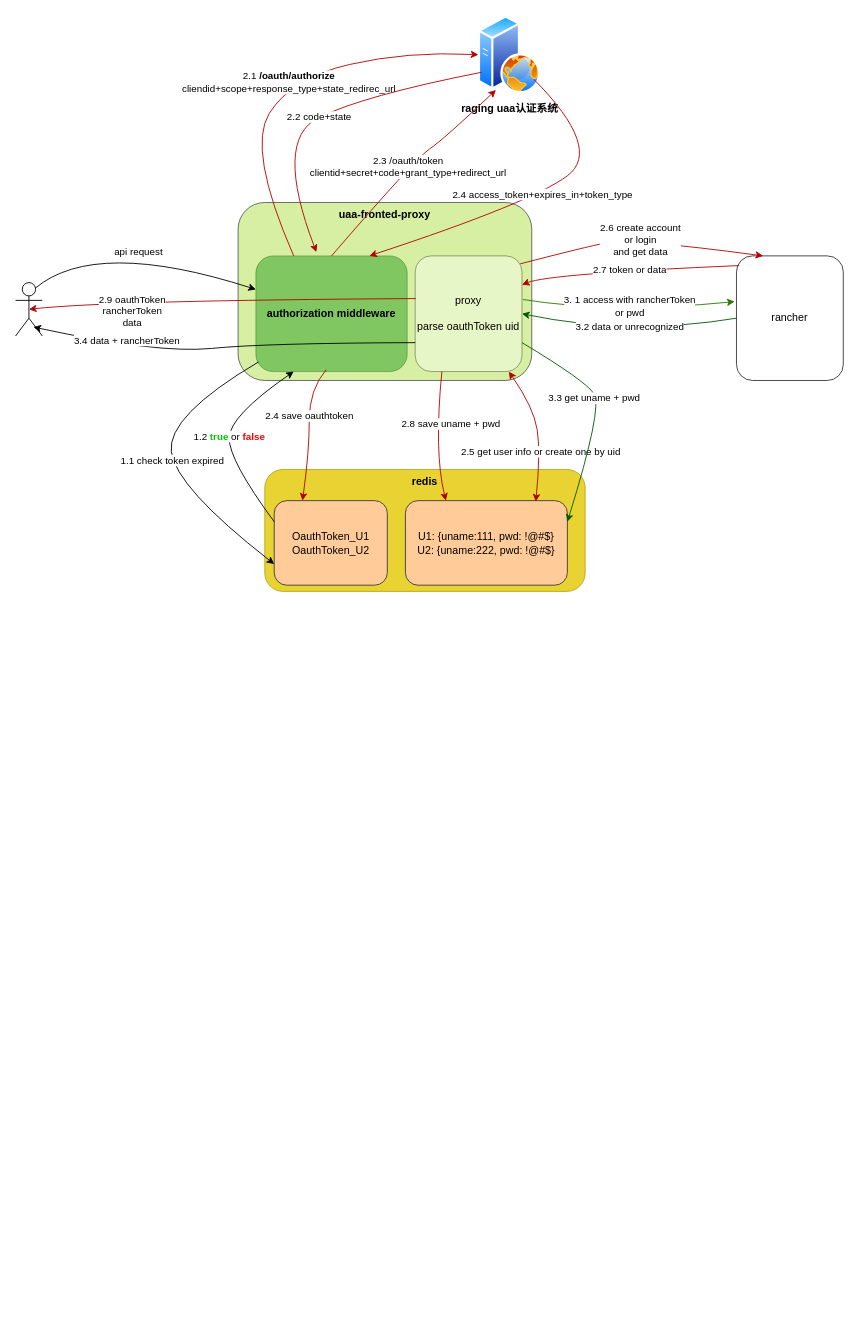
Before: uaa-fronted-proxy.drawio in guowenshuai/draw.io, a draw.io diagram. Source tidied: cells renumbered, new cells numbered last; positions are measured from the earlier drawing's top-left corner, leaving out a move shared by most shapes. Both pictures are drawn from the tidied source at 89%, with x=0, y=0 at pixel (15, 15).
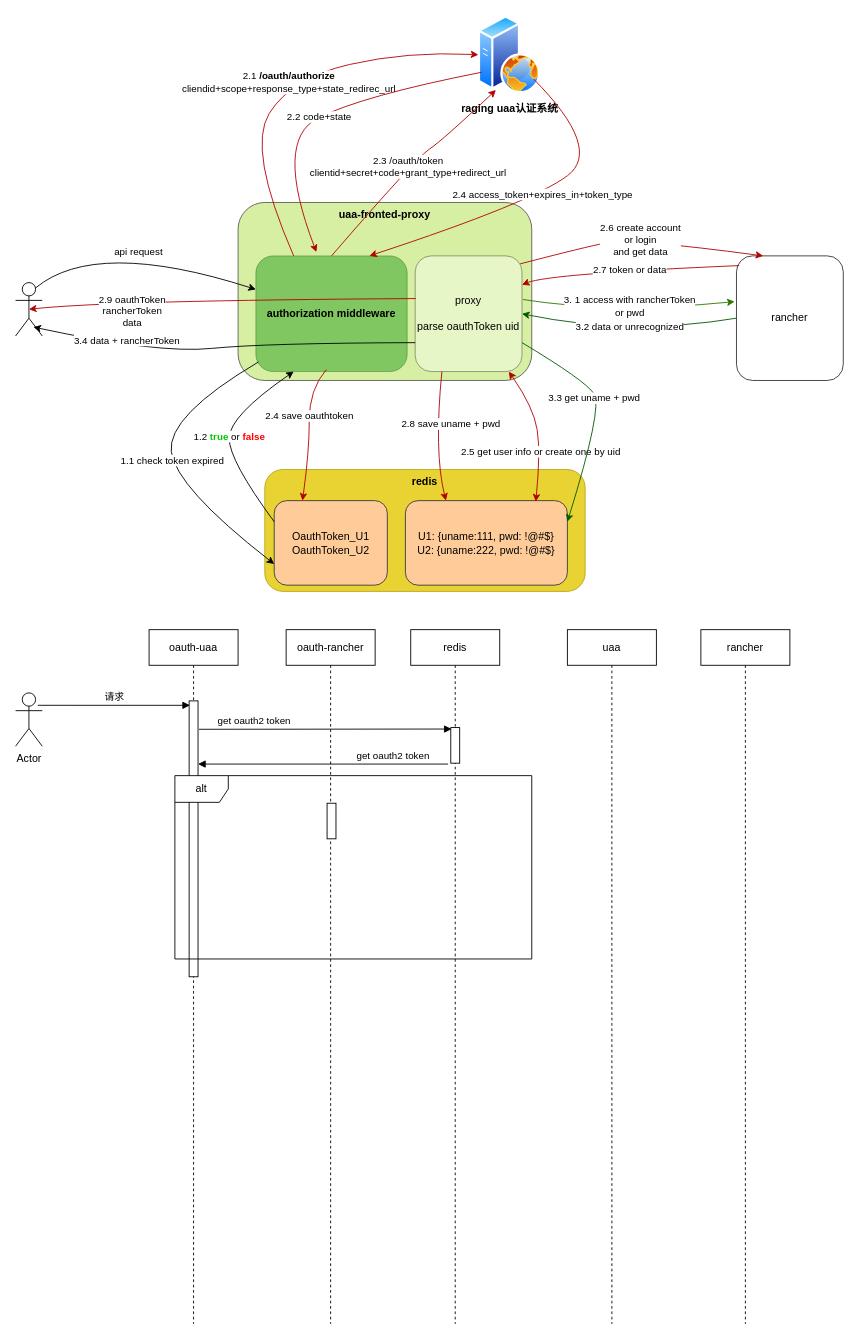
The same page after the edit.

The edit, as a diff of the source:
```diff
@@
+    <mxCell id="29" value="oauth-uaa" style="shape=umlLifeline;perimeter=lifelinePerimeter;whiteSpace=wrap;html=1;" parent="1" vertex="1">
+      <mxGeometry x="150" y="690" width="100" height="780" as="geometry" />
+    </mxCell>
+    <mxCell id="30" style="html=1;points=[];perimeter=orthogonalPerimeter;" parent="29" vertex="1">
+      <mxGeometry x="45" y="80" width="10" height="310" as="geometry" />
+    </mxCell>
+    <mxCell id="31" value="oauth-rancher" style="shape=umlLifeline;perimeter=lifelinePerimeter;whiteSpace=wrap;html=1;" parent="1" vertex="1">
+      <mxGeometry x="304" y="690" width="100" height="780" as="geometry" />
+    </mxCell>
+    <mxCell id="32" value="redis" style="shape=umlLifeline;perimeter=lifelinePerimeter;whiteSpace=wrap;html=1;" parent="1" vertex="1">
+      <mxGeometry x="444" y="690" width="100" height="780" as="geometry" />
+    </mxCell>
+    <mxCell id="33" style="html=1;points=[];perimeter=orthogonalPerimeter;" parent="32" vertex="1">
+      <mxGeometry x="45" y="110" width="10" height="40" as="geometry" />
+    </mxCell>
+    <mxCell id="34" value="uaa" style="shape=umlLifeline;perimeter=lifelinePerimeter;whiteSpace=wrap;html=1;" parent="1" vertex="1">
+      <mxGeometry x="620" y="690" width="100" height="780" as="geometry" />
+    </mxCell>
+    <mxCell id="35" value="rancher" style="shape=umlLifeline;perimeter=lifelinePerimeter;whiteSpace=wrap;html=1;" parent="1" vertex="1">
+      <mxGeometry x="770" y="690" width="100" height="780" as="geometry" />
+    </mxCell>
+    <mxCell id="36" value="Actor" style="shape=umlActor;verticalLabelPosition=bottom;labelBackgroundColor=#ffffff;verticalAlign=top;html=1;" parent="1" vertex="1">
+      <mxGeometry y="761" width="30" height="60" as="geometry" />
+    </mxCell>
+    <mxCell id="37" value="get oauth2 token" style="html=1;verticalAlign=bottom;endArrow=block;exitX=1.1;exitY=0.103;exitDx=0;exitDy=0;exitPerimeter=0;entryX=0.1;entryY=0.041;entryDx=0;entryDy=0;entryPerimeter=0;" parent="1" edge="1" source="30" target="33">
+      <mxGeometry x="-0.56" relative="1" as="geometry" />
+    </mxCell>
+    <mxCell id="38" value="请求" style="html=1;verticalAlign=bottom;endArrow=block;exitX=0.833;exitY=0.233;exitDx=0;exitDy=0;exitPerimeter=0;" parent="1" edge="1" source="36">
+      <mxGeometry relative="1" as="geometry">
+        <mxPoint x="196" y="775" as="targetPoint" />
+      </mxGeometry>
+    </mxCell>
+    <mxCell id="39" value="get oauth2 token" style="html=1;verticalAlign=bottom;endArrow=block;exitX=-0.3;exitY=1.025;exitDx=0;exitDy=0;exitPerimeter=0;" parent="1" edge="1" source="33">
+      <mxGeometry x="-0.56" relative="1" as="geometry">
+        <mxPoint x="205" y="841" as="targetPoint" />
+      </mxGeometry>
+    </mxCell>
+    <mxCell id="40" value="alt" style="shape=umlFrame;whiteSpace=wrap;html=1;" parent="1" vertex="1">
+      <mxGeometry x="179" y="854" width="401" height="206" as="geometry" />
+    </mxCell>
+    <mxCell id="41" style="html=1;perimeter=orthogonalPerimeter;" parent="1" vertex="1">
+      <mxGeometry x="350" y="885" width="10" height="40" as="geometry" />
+    </mxCell>
```
